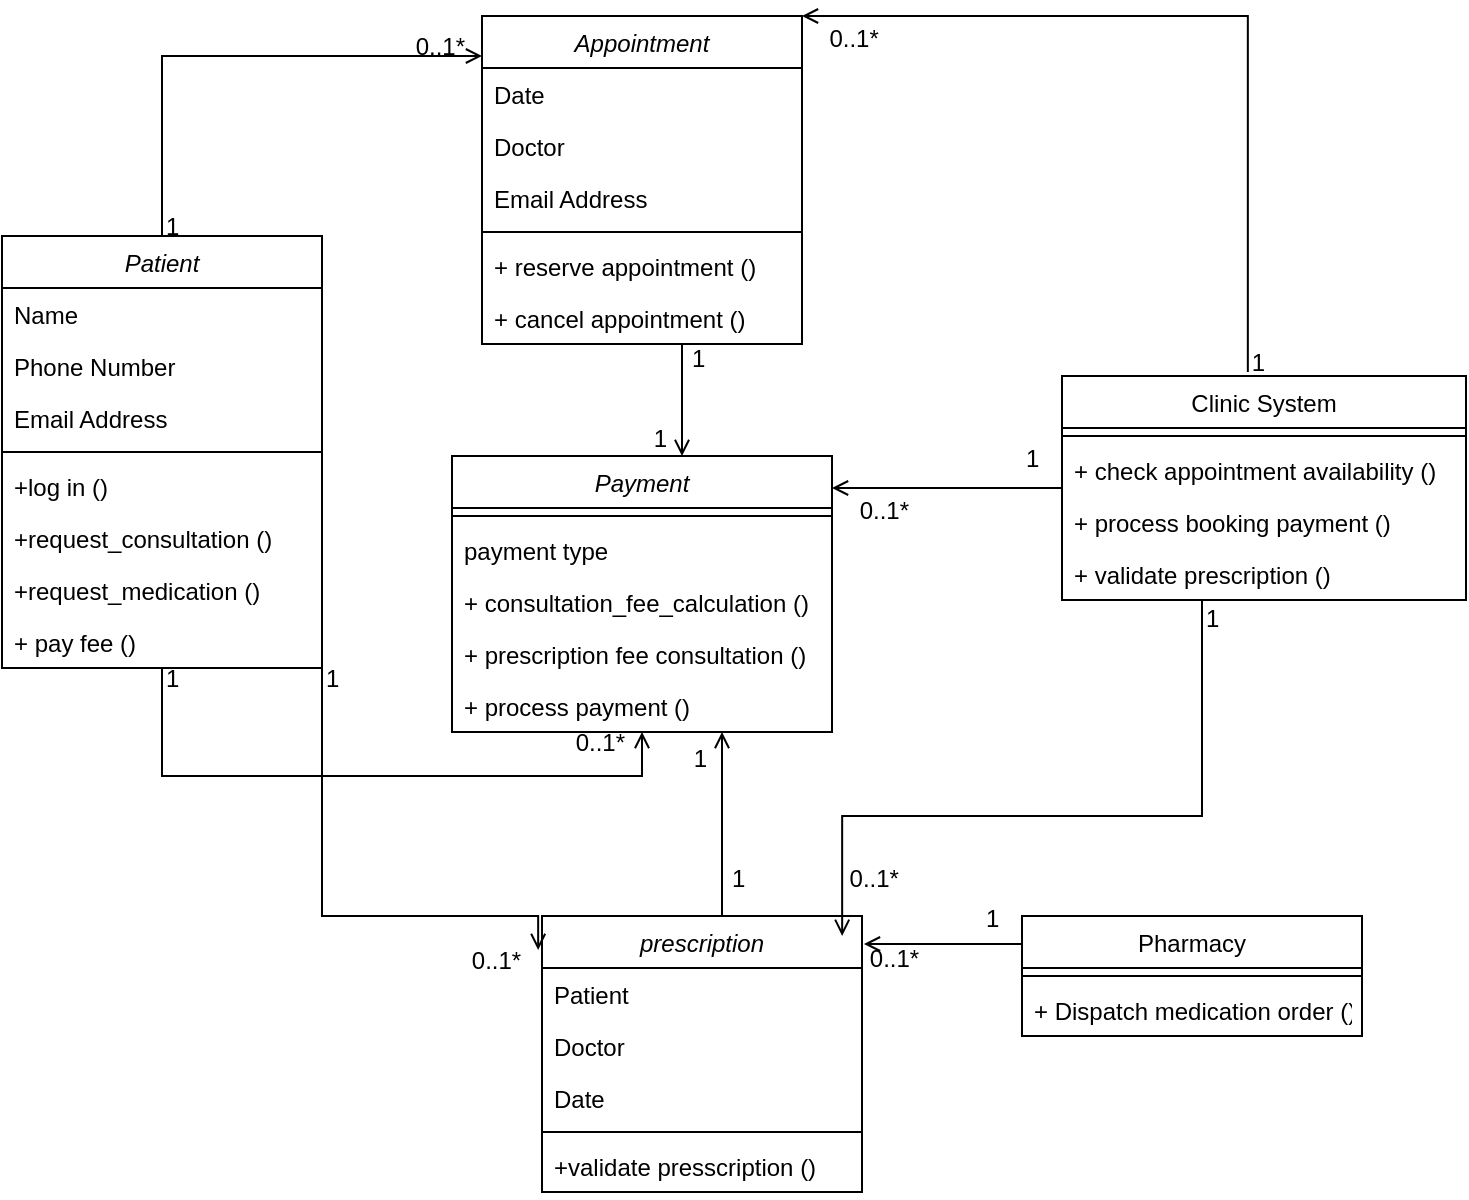
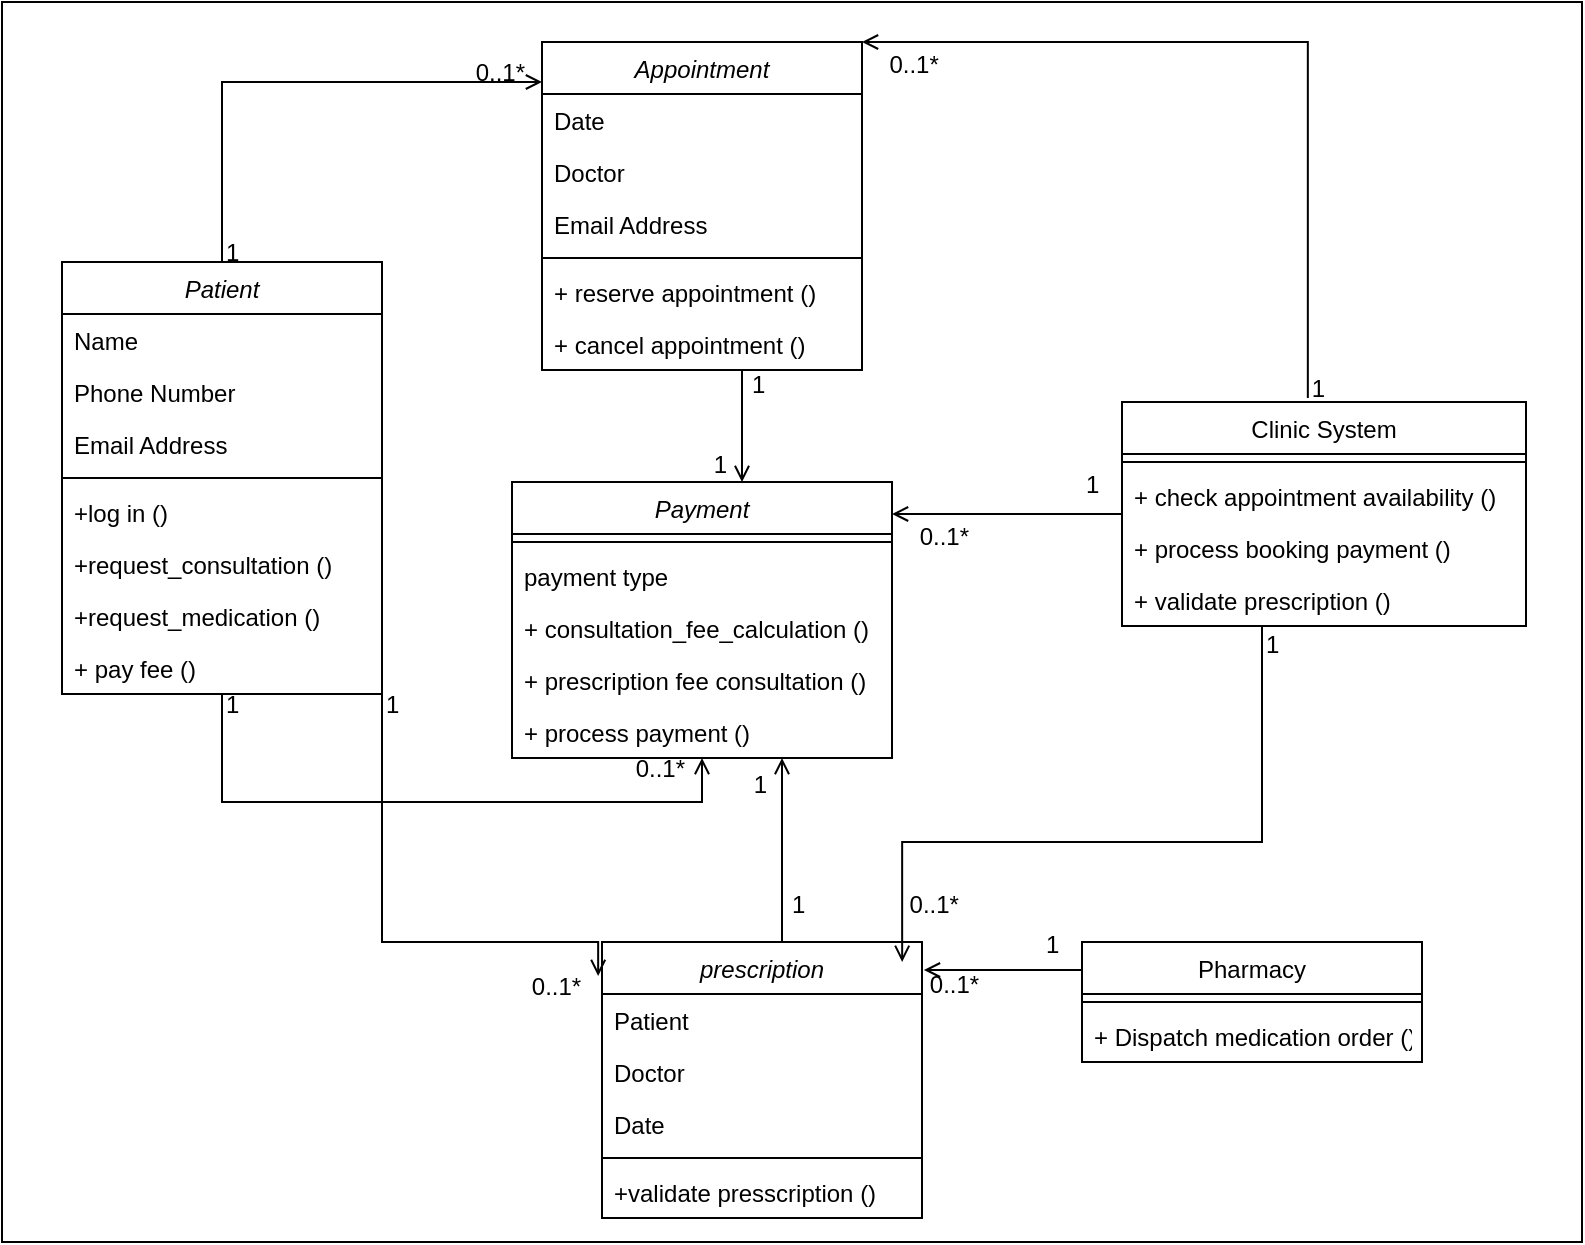
<mxfile host="app.diagrams.net">
  <diagram id="C5RBs43oDa-KdzZeNtuy" name="Page-1">
-     <mxGraphModel dx="918" dy="612" grid="1" gridSize="10" guides="1" tooltips="1" connect="1" arrows="1" fold="1" page="1" pageScale="1" pageWidth="827" pageHeight="1169" math="0" shadow="0">
+     <mxGraphModel dx="918" dy="612" grid="1" gridSize="10" guides="1" tooltips="1" connect="1" arrows="1" fold="1" page="1" pageScale="1" pageWidth="827" pageHeight="1169" background="#FFFFFF" math="0" shadow="0">
      <root>
        <mxCell id="WIyWlLk6GJQsqaUBKTNV-0" />
        <mxCell id="WIyWlLk6GJQsqaUBKTNV-1" parent="WIyWlLk6GJQsqaUBKTNV-0" />
+         <mxCell id="zUGOdBidoQ1mzP6aww-m-0" parent="WIyWlLk6GJQsqaUBKTNV-1" style="rounded=0;whiteSpace=wrap;html=1;" value="" vertex="1">
+           <mxGeometry height="620" width="790" x="50" y="30" as="geometry" />
+         </mxCell>
        <mxCell id="zkfFHV4jXpPFQw0GAbJ--0" parent="WIyWlLk6GJQsqaUBKTNV-1" style="swimlane;fontStyle=2;align=center;verticalAlign=top;childLayout=stackLayout;horizontal=1;startSize=26;horizontalStack=0;resizeParent=1;resizeLast=0;collapsible=1;marginBottom=0;rounded=0;shadow=0;strokeWidth=1;" value="Patient" vertex="1">
          <mxGeometry height="216" width="160" x="80" y="160" as="geometry">
            <mxRectangle height="26" width="160" x="230" y="140" as="alternateBounds" />
          </mxGeometry>
        </mxCell>
        <mxCell id="zkfFHV4jXpPFQw0GAbJ--1" parent="zkfFHV4jXpPFQw0GAbJ--0" style="text;align=left;verticalAlign=top;spacingLeft=4;spacingRight=4;overflow=hidden;rotatable=0;points=[[0,0.5],[1,0.5]];portConstraint=eastwest;" value="Name" vertex="1">
          <mxGeometry height="26" width="160" y="26" as="geometry" />
        </mxCell>
        <mxCell id="zkfFHV4jXpPFQw0GAbJ--2" parent="zkfFHV4jXpPFQw0GAbJ--0" style="text;align=left;verticalAlign=top;spacingLeft=4;spacingRight=4;overflow=hidden;rotatable=0;points=[[0,0.5],[1,0.5]];portConstraint=eastwest;rounded=0;shadow=0;html=0;" value="Phone Number" vertex="1">
          <mxGeometry height="26" width="160" y="52" as="geometry" />
        </mxCell>
        <mxCell id="zkfFHV4jXpPFQw0GAbJ--3" parent="zkfFHV4jXpPFQw0GAbJ--0" style="text;align=left;verticalAlign=top;spacingLeft=4;spacingRight=4;overflow=hidden;rotatable=0;points=[[0,0.5],[1,0.5]];portConstraint=eastwest;rounded=0;shadow=0;html=0;" value="Email Address" vertex="1">
          <mxGeometry height="26" width="160" y="78" as="geometry" />
        </mxCell>
        <mxCell id="zkfFHV4jXpPFQw0GAbJ--4" parent="zkfFHV4jXpPFQw0GAbJ--0" style="line;html=1;strokeWidth=1;align=left;verticalAlign=middle;spacingTop=-1;spacingLeft=3;spacingRight=3;rotatable=0;labelPosition=right;points=[];portConstraint=eastwest;" value="" vertex="1">
          <mxGeometry height="8" width="160" y="104" as="geometry" />
        </mxCell>
        <mxCell id="zkfFHV4jXpPFQw0GAbJ--5" parent="zkfFHV4jXpPFQw0GAbJ--0" style="text;align=left;verticalAlign=top;spacingLeft=4;spacingRight=4;overflow=hidden;rotatable=0;points=[[0,0.5],[1,0.5]];portConstraint=eastwest;" value="+log in ()" vertex="1">
          <mxGeometry height="26" width="160" y="112" as="geometry" />
        </mxCell>
        <mxCell id="5ICn-Pig0H5BUWFQXC6h-0" parent="zkfFHV4jXpPFQw0GAbJ--0" style="text;align=left;verticalAlign=top;spacingLeft=4;spacingRight=4;overflow=hidden;rotatable=0;points=[[0,0.5],[1,0.5]];portConstraint=eastwest;" value="+request_consultation ()" vertex="1">
          <mxGeometry height="26" width="160" y="138" as="geometry" />
        </mxCell>
        <mxCell id="5ICn-Pig0H5BUWFQXC6h-1" parent="zkfFHV4jXpPFQw0GAbJ--0" style="text;align=left;verticalAlign=top;spacingLeft=4;spacingRight=4;overflow=hidden;rotatable=0;points=[[0,0.5],[1,0.5]];portConstraint=eastwest;" value="+request_medication ()" vertex="1">
          <mxGeometry height="26" width="160" y="164" as="geometry" />
        </mxCell>
        <mxCell id="5ICn-Pig0H5BUWFQXC6h-2" parent="zkfFHV4jXpPFQw0GAbJ--0" style="text;align=left;verticalAlign=top;spacingLeft=4;spacingRight=4;overflow=hidden;rotatable=0;points=[[0,0.5],[1,0.5]];portConstraint=eastwest;" value="+ pay fee ()" vertex="1">
          <mxGeometry height="26" width="160" y="190" as="geometry" />
        </mxCell>
        <mxCell id="zkfFHV4jXpPFQw0GAbJ--6" parent="WIyWlLk6GJQsqaUBKTNV-1" style="swimlane;fontStyle=0;align=center;verticalAlign=top;childLayout=stackLayout;horizontal=1;startSize=26;horizontalStack=0;resizeParent=1;resizeLast=0;collapsible=1;marginBottom=0;rounded=0;shadow=0;strokeWidth=1;" value="Pharmacy&#xa;" vertex="1">
          <mxGeometry height="60" width="170" x="590" y="500" as="geometry">
            <mxRectangle height="26" width="160" x="130" y="380" as="alternateBounds" />
          </mxGeometry>
        </mxCell>
        <mxCell id="zkfFHV4jXpPFQw0GAbJ--9" parent="zkfFHV4jXpPFQw0GAbJ--6" style="line;html=1;strokeWidth=1;align=left;verticalAlign=middle;spacingTop=-1;spacingLeft=3;spacingRight=3;rotatable=0;labelPosition=right;points=[];portConstraint=eastwest;" value="" vertex="1">
          <mxGeometry height="8" width="170" y="26" as="geometry" />
        </mxCell>
        <mxCell id="zkfFHV4jXpPFQw0GAbJ--11" parent="zkfFHV4jXpPFQw0GAbJ--6" style="text;align=left;verticalAlign=top;spacingLeft=4;spacingRight=4;overflow=hidden;rotatable=0;points=[[0,0.5],[1,0.5]];portConstraint=eastwest;" value="+ Dispatch medication order () " vertex="1">
          <mxGeometry height="26" width="170" y="34" as="geometry" />
        </mxCell>
        <mxCell id="zkfFHV4jXpPFQw0GAbJ--17" parent="WIyWlLk6GJQsqaUBKTNV-1" style="swimlane;fontStyle=0;align=center;verticalAlign=top;childLayout=stackLayout;horizontal=1;startSize=26;horizontalStack=0;resizeParent=1;resizeLast=0;collapsible=1;marginBottom=0;rounded=0;shadow=0;strokeWidth=1;" value="Clinic System" vertex="1">
          <mxGeometry height="112" width="202" x="610" y="230" as="geometry">
            <mxRectangle height="26" width="160" x="550" y="140" as="alternateBounds" />
          </mxGeometry>
        </mxCell>
        <mxCell id="zkfFHV4jXpPFQw0GAbJ--23" parent="zkfFHV4jXpPFQw0GAbJ--17" style="line;html=1;strokeWidth=1;align=left;verticalAlign=middle;spacingTop=-1;spacingLeft=3;spacingRight=3;rotatable=0;labelPosition=right;points=[];portConstraint=eastwest;" value="" vertex="1">
          <mxGeometry height="8" width="202" y="26" as="geometry" />
        </mxCell>
        <mxCell id="zkfFHV4jXpPFQw0GAbJ--18" parent="zkfFHV4jXpPFQw0GAbJ--17" style="text;align=left;verticalAlign=top;spacingLeft=4;spacingRight=4;overflow=hidden;rotatable=0;points=[[0,0.5],[1,0.5]];portConstraint=eastwest;" value="+ check appointment availability ()" vertex="1">
          <mxGeometry height="26" width="202" y="34" as="geometry" />
        </mxCell>
        <mxCell id="zkfFHV4jXpPFQw0GAbJ--19" parent="zkfFHV4jXpPFQw0GAbJ--17" style="text;align=left;verticalAlign=top;spacingLeft=4;spacingRight=4;overflow=hidden;rotatable=0;points=[[0,0.5],[1,0.5]];portConstraint=eastwest;rounded=0;shadow=0;html=0;" value="+ process booking payment ()" vertex="1">
          <mxGeometry height="26" width="202" y="60" as="geometry" />
        </mxCell>
        <mxCell id="zkfFHV4jXpPFQw0GAbJ--20" parent="zkfFHV4jXpPFQw0GAbJ--17" style="text;align=left;verticalAlign=top;spacingLeft=4;spacingRight=4;overflow=hidden;rotatable=0;points=[[0,0.5],[1,0.5]];portConstraint=eastwest;rounded=0;shadow=0;html=0;" value="+ validate prescription () " vertex="1">
          <mxGeometry height="26" width="202" y="86" as="geometry" />
        </mxCell>
        <mxCell id="zkfFHV4jXpPFQw0GAbJ--26" edge="1" parent="WIyWlLk6GJQsqaUBKTNV-1" source="zkfFHV4jXpPFQw0GAbJ--0" style="endArrow=open;shadow=0;strokeWidth=1;rounded=0;curved=0;endFill=1;edgeStyle=elbowEdgeStyle;elbow=vertical;" target="5ICn-Pig0H5BUWFQXC6h-16" value="">
          <mxGeometry relative="1" x="0.5" y="41" as="geometry">
            <mxPoint x="-40" y="32" as="offset" />
            <Array as="points">
              <mxPoint x="160" y="70" />
            </Array>
            <mxPoint x="430" y="30" as="sourcePoint" />
            <mxPoint x="648" y="30" as="targetPoint" />
          </mxGeometry>
        </mxCell>
        <mxCell id="zkfFHV4jXpPFQw0GAbJ--27" connectable="0" parent="zkfFHV4jXpPFQw0GAbJ--26" style="resizable=0;align=left;verticalAlign=bottom;labelBackgroundColor=none;fontSize=12;" value="1" vertex="1">
          <mxGeometry relative="1" x="-1" as="geometry">
            <mxPoint y="4" as="offset" />
          </mxGeometry>
        </mxCell>
        <mxCell id="zkfFHV4jXpPFQw0GAbJ--28" connectable="0" parent="zkfFHV4jXpPFQw0GAbJ--26" style="resizable=0;align=right;verticalAlign=bottom;labelBackgroundColor=none;fontSize=12;" value="0..1*" vertex="1">
          <mxGeometry relative="1" x="1" as="geometry">
            <mxPoint x="-7" y="4" as="offset" />
          </mxGeometry>
        </mxCell>
        <mxCell id="5ICn-Pig0H5BUWFQXC6h-16" parent="WIyWlLk6GJQsqaUBKTNV-1" style="swimlane;fontStyle=2;align=center;verticalAlign=top;childLayout=stackLayout;horizontal=1;startSize=26;horizontalStack=0;resizeParent=1;resizeLast=0;collapsible=1;marginBottom=0;rounded=0;shadow=0;strokeWidth=1;" value="Appointment" vertex="1">
          <mxGeometry height="164" width="160" x="320" y="50" as="geometry">
            <mxRectangle height="26" width="160" x="230" y="140" as="alternateBounds" />
          </mxGeometry>
        </mxCell>
        <mxCell id="5ICn-Pig0H5BUWFQXC6h-17" parent="5ICn-Pig0H5BUWFQXC6h-16" style="text;align=left;verticalAlign=top;spacingLeft=4;spacingRight=4;overflow=hidden;rotatable=0;points=[[0,0.5],[1,0.5]];portConstraint=eastwest;" value="Date" vertex="1">
          <mxGeometry height="26" width="160" y="26" as="geometry" />
        </mxCell>
        <mxCell id="5ICn-Pig0H5BUWFQXC6h-18" parent="5ICn-Pig0H5BUWFQXC6h-16" style="text;align=left;verticalAlign=top;spacingLeft=4;spacingRight=4;overflow=hidden;rotatable=0;points=[[0,0.5],[1,0.5]];portConstraint=eastwest;rounded=0;shadow=0;html=0;" value="Doctor" vertex="1">
          <mxGeometry height="26" width="160" y="52" as="geometry" />
        </mxCell>
        <mxCell id="5ICn-Pig0H5BUWFQXC6h-19" parent="5ICn-Pig0H5BUWFQXC6h-16" style="text;align=left;verticalAlign=top;spacingLeft=4;spacingRight=4;overflow=hidden;rotatable=0;points=[[0,0.5],[1,0.5]];portConstraint=eastwest;rounded=0;shadow=0;html=0;" value="Email Address" vertex="1">
          <mxGeometry height="26" width="160" y="78" as="geometry" />
        </mxCell>
        <mxCell id="5ICn-Pig0H5BUWFQXC6h-20" parent="5ICn-Pig0H5BUWFQXC6h-16" style="line;html=1;strokeWidth=1;align=left;verticalAlign=middle;spacingTop=-1;spacingLeft=3;spacingRight=3;rotatable=0;labelPosition=right;points=[];portConstraint=eastwest;" value="" vertex="1">
          <mxGeometry height="8" width="160" y="104" as="geometry" />
        </mxCell>
        <mxCell id="5ICn-Pig0H5BUWFQXC6h-21" parent="5ICn-Pig0H5BUWFQXC6h-16" style="text;align=left;verticalAlign=top;spacingLeft=4;spacingRight=4;overflow=hidden;rotatable=0;points=[[0,0.5],[1,0.5]];portConstraint=eastwest;" value="+ reserve appointment () " vertex="1">
          <mxGeometry height="26" width="160" y="112" as="geometry" />
        </mxCell>
        <mxCell id="5ICn-Pig0H5BUWFQXC6h-22" parent="5ICn-Pig0H5BUWFQXC6h-16" style="text;align=left;verticalAlign=top;spacingLeft=4;spacingRight=4;overflow=hidden;rotatable=0;points=[[0,0.5],[1,0.5]];portConstraint=eastwest;" value="+ cancel appointment ()" vertex="1">
          <mxGeometry height="26" width="160" y="138" as="geometry" />
        </mxCell>
        <mxCell id="5ICn-Pig0H5BUWFQXC6h-25" parent="WIyWlLk6GJQsqaUBKTNV-1" style="swimlane;fontStyle=2;align=center;verticalAlign=top;childLayout=stackLayout;horizontal=1;startSize=26;horizontalStack=0;resizeParent=1;resizeLast=0;collapsible=1;marginBottom=0;rounded=0;shadow=0;strokeWidth=1;" value="Payment" vertex="1">
          <mxGeometry height="138" width="190" x="305" y="270" as="geometry">
            <mxRectangle height="26" width="160" x="230" y="140" as="alternateBounds" />
          </mxGeometry>
        </mxCell>
        <mxCell id="5ICn-Pig0H5BUWFQXC6h-29" parent="5ICn-Pig0H5BUWFQXC6h-25" style="line;html=1;strokeWidth=1;align=left;verticalAlign=middle;spacingTop=-1;spacingLeft=3;spacingRight=3;rotatable=0;labelPosition=right;points=[];portConstraint=eastwest;" value="" vertex="1">
          <mxGeometry height="8" width="190" y="26" as="geometry" />
        </mxCell>
        <mxCell id="5ICn-Pig0H5BUWFQXC6h-26" parent="5ICn-Pig0H5BUWFQXC6h-25" style="text;align=left;verticalAlign=top;spacingLeft=4;spacingRight=4;overflow=hidden;rotatable=0;points=[[0,0.5],[1,0.5]];portConstraint=eastwest;" value="payment type" vertex="1">
          <mxGeometry height="26" width="190" y="34" as="geometry" />
        </mxCell>
        <mxCell id="5ICn-Pig0H5BUWFQXC6h-30" parent="5ICn-Pig0H5BUWFQXC6h-25" style="text;align=left;verticalAlign=top;spacingLeft=4;spacingRight=4;overflow=hidden;rotatable=0;points=[[0,0.5],[1,0.5]];portConstraint=eastwest;" value="+ consultation_fee_calculation () " vertex="1">
          <mxGeometry height="26" width="190" y="60" as="geometry" />
        </mxCell>
        <mxCell id="5ICn-Pig0H5BUWFQXC6h-31" parent="5ICn-Pig0H5BUWFQXC6h-25" style="text;align=left;verticalAlign=top;spacingLeft=4;spacingRight=4;overflow=hidden;rotatable=0;points=[[0,0.5],[1,0.5]];portConstraint=eastwest;" value="+ prescription fee consultation ()" vertex="1">
          <mxGeometry height="26" width="190" y="86" as="geometry" />
        </mxCell>
        <mxCell id="5ICn-Pig0H5BUWFQXC6h-32" parent="5ICn-Pig0H5BUWFQXC6h-25" style="text;align=left;verticalAlign=top;spacingLeft=4;spacingRight=4;overflow=hidden;rotatable=0;points=[[0,0.5],[1,0.5]];portConstraint=eastwest;" value="+ process payment ()" vertex="1">
          <mxGeometry height="26" width="190" y="112" as="geometry" />
        </mxCell>
        <mxCell id="5ICn-Pig0H5BUWFQXC6h-33" parent="WIyWlLk6GJQsqaUBKTNV-1" style="swimlane;fontStyle=2;align=center;verticalAlign=top;childLayout=stackLayout;horizontal=1;startSize=26;horizontalStack=0;resizeParent=1;resizeLast=0;collapsible=1;marginBottom=0;rounded=0;shadow=0;strokeWidth=1;" value="prescription" vertex="1">
          <mxGeometry height="138" width="160" x="350" y="500" as="geometry">
            <mxRectangle height="26" width="160" x="230" y="140" as="alternateBounds" />
          </mxGeometry>
        </mxCell>
        <mxCell id="5ICn-Pig0H5BUWFQXC6h-34" parent="5ICn-Pig0H5BUWFQXC6h-33" style="text;align=left;verticalAlign=top;spacingLeft=4;spacingRight=4;overflow=hidden;rotatable=0;points=[[0,0.5],[1,0.5]];portConstraint=eastwest;" value="Patient" vertex="1">
          <mxGeometry height="26" width="160" y="26" as="geometry" />
        </mxCell>
        <mxCell id="5ICn-Pig0H5BUWFQXC6h-35" parent="5ICn-Pig0H5BUWFQXC6h-33" style="text;align=left;verticalAlign=top;spacingLeft=4;spacingRight=4;overflow=hidden;rotatable=0;points=[[0,0.5],[1,0.5]];portConstraint=eastwest;rounded=0;shadow=0;html=0;" value="Doctor" vertex="1">
          <mxGeometry height="26" width="160" y="52" as="geometry" />
        </mxCell>
        <mxCell id="5ICn-Pig0H5BUWFQXC6h-36" parent="5ICn-Pig0H5BUWFQXC6h-33" style="text;align=left;verticalAlign=top;spacingLeft=4;spacingRight=4;overflow=hidden;rotatable=0;points=[[0,0.5],[1,0.5]];portConstraint=eastwest;rounded=0;shadow=0;html=0;" value="Date" vertex="1">
          <mxGeometry height="26" width="160" y="78" as="geometry" />
        </mxCell>
        <mxCell id="5ICn-Pig0H5BUWFQXC6h-37" parent="5ICn-Pig0H5BUWFQXC6h-33" style="line;html=1;strokeWidth=1;align=left;verticalAlign=middle;spacingTop=-1;spacingLeft=3;spacingRight=3;rotatable=0;labelPosition=right;points=[];portConstraint=eastwest;" value="" vertex="1">
          <mxGeometry height="8" width="160" y="104" as="geometry" />
        </mxCell>
        <mxCell id="5ICn-Pig0H5BUWFQXC6h-38" parent="5ICn-Pig0H5BUWFQXC6h-33" style="text;align=left;verticalAlign=top;spacingLeft=4;spacingRight=4;overflow=hidden;rotatable=0;points=[[0,0.5],[1,0.5]];portConstraint=eastwest;" value="+validate presscription ()" vertex="1">
          <mxGeometry height="26" width="160" y="112" as="geometry" />
        </mxCell>
        <mxCell id="5ICn-Pig0H5BUWFQXC6h-42" edge="1" parent="WIyWlLk6GJQsqaUBKTNV-1" source="zkfFHV4jXpPFQw0GAbJ--0" style="endArrow=open;shadow=0;strokeWidth=1;rounded=0;curved=0;endFill=1;edgeStyle=elbowEdgeStyle;elbow=vertical;" target="5ICn-Pig0H5BUWFQXC6h-25" value="">
          <mxGeometry relative="1" x="0.5" y="41" as="geometry">
            <mxPoint x="-40" y="32" as="offset" />
            <Array as="points">
              <mxPoint x="290" y="430" />
            </Array>
            <mxPoint x="210" y="150" as="sourcePoint" />
            <mxPoint x="370" y="60" as="targetPoint" />
          </mxGeometry>
        </mxCell>
        <mxCell id="5ICn-Pig0H5BUWFQXC6h-43" connectable="0" parent="5ICn-Pig0H5BUWFQXC6h-42" style="resizable=0;align=left;verticalAlign=bottom;labelBackgroundColor=none;fontSize=12;" value="1" vertex="1">
          <mxGeometry relative="1" x="-1" as="geometry">
            <mxPoint y="14" as="offset" />
          </mxGeometry>
        </mxCell>
        <mxCell id="5ICn-Pig0H5BUWFQXC6h-44" connectable="0" parent="5ICn-Pig0H5BUWFQXC6h-42" style="resizable=0;align=right;verticalAlign=bottom;labelBackgroundColor=none;fontSize=12;" value="0..1*" vertex="1">
          <mxGeometry relative="1" x="1" as="geometry">
            <mxPoint x="-7" y="14" as="offset" />
          </mxGeometry>
        </mxCell>
        <mxCell id="5ICn-Pig0H5BUWFQXC6h-45" edge="1" parent="WIyWlLk6GJQsqaUBKTNV-1" source="5ICn-Pig0H5BUWFQXC6h-16" style="endArrow=open;shadow=0;strokeWidth=1;rounded=0;curved=0;endFill=1;edgeStyle=elbowEdgeStyle;elbow=vertical;" target="5ICn-Pig0H5BUWFQXC6h-25" value="">
          <mxGeometry relative="1" x="0.5" y="41" as="geometry">
            <mxPoint x="-40" y="32" as="offset" />
            <Array as="points">
              <mxPoint x="420" y="250" />
            </Array>
            <mxPoint x="540" y="468" as="sourcePoint" />
            <mxPoint x="600" y="240" as="targetPoint" />
          </mxGeometry>
        </mxCell>
        <mxCell id="5ICn-Pig0H5BUWFQXC6h-46" connectable="0" parent="5ICn-Pig0H5BUWFQXC6h-45" style="resizable=0;align=left;verticalAlign=bottom;labelBackgroundColor=none;fontSize=12;" value="1" vertex="1">
          <mxGeometry relative="1" x="-1" as="geometry">
            <mxPoint x="3" y="16" as="offset" />
          </mxGeometry>
        </mxCell>
        <mxCell id="5ICn-Pig0H5BUWFQXC6h-47" connectable="0" parent="5ICn-Pig0H5BUWFQXC6h-45" style="resizable=0;align=right;verticalAlign=bottom;labelBackgroundColor=none;fontSize=12;" value="1" vertex="1">
          <mxGeometry relative="1" x="1" as="geometry">
            <mxPoint x="-6" as="offset" />
          </mxGeometry>
        </mxCell>
        <mxCell id="5ICn-Pig0H5BUWFQXC6h-48" edge="1" parent="WIyWlLk6GJQsqaUBKTNV-1" source="zkfFHV4jXpPFQw0GAbJ--0" style="endArrow=open;shadow=0;strokeWidth=1;rounded=0;curved=0;endFill=1;edgeStyle=elbowEdgeStyle;elbow=vertical;entryX=-0.012;entryY=0.123;entryDx=0;entryDy=0;entryPerimeter=0;" target="5ICn-Pig0H5BUWFQXC6h-33" value="">
          <mxGeometry relative="1" x="0.5" y="41" as="geometry">
            <mxPoint x="-40" y="32" as="offset" />
            <Array as="points">
              <mxPoint x="240" y="500" />
            </Array>
            <mxPoint x="210" y="430" as="sourcePoint" />
            <mxPoint x="450" y="462" as="targetPoint" />
          </mxGeometry>
        </mxCell>
        <mxCell id="5ICn-Pig0H5BUWFQXC6h-49" connectable="0" parent="5ICn-Pig0H5BUWFQXC6h-48" style="resizable=0;align=left;verticalAlign=bottom;labelBackgroundColor=none;fontSize=12;" value="1" vertex="1">
          <mxGeometry relative="1" x="-1" as="geometry">
            <mxPoint y="14" as="offset" />
          </mxGeometry>
        </mxCell>
        <mxCell id="5ICn-Pig0H5BUWFQXC6h-50" connectable="0" parent="5ICn-Pig0H5BUWFQXC6h-48" style="resizable=0;align=right;verticalAlign=bottom;labelBackgroundColor=none;fontSize=12;" value="0..1*" vertex="1">
          <mxGeometry relative="1" x="1" as="geometry">
            <mxPoint x="-7" y="14" as="offset" />
          </mxGeometry>
        </mxCell>
        <mxCell id="5ICn-Pig0H5BUWFQXC6h-51" edge="1" parent="WIyWlLk6GJQsqaUBKTNV-1" source="5ICn-Pig0H5BUWFQXC6h-33" style="endArrow=open;shadow=0;strokeWidth=1;rounded=0;curved=0;endFill=1;edgeStyle=elbowEdgeStyle;elbow=vertical;" target="5ICn-Pig0H5BUWFQXC6h-25" value="">
          <mxGeometry relative="1" x="0.5" y="41" as="geometry">
            <mxPoint x="-40" y="32" as="offset" />
            <Array as="points">
              <mxPoint x="440" y="440" />
            </Array>
            <mxPoint x="620" y="250" as="sourcePoint" />
            <mxPoint x="620" y="306" as="targetPoint" />
          </mxGeometry>
        </mxCell>
        <mxCell id="5ICn-Pig0H5BUWFQXC6h-52" connectable="0" parent="5ICn-Pig0H5BUWFQXC6h-51" style="resizable=0;align=left;verticalAlign=bottom;labelBackgroundColor=none;fontSize=12;" value="1" vertex="1">
          <mxGeometry relative="1" x="-1" as="geometry">
            <mxPoint x="3" y="-10" as="offset" />
          </mxGeometry>
        </mxCell>
        <mxCell id="5ICn-Pig0H5BUWFQXC6h-53" connectable="0" parent="5ICn-Pig0H5BUWFQXC6h-51" style="resizable=0;align=right;verticalAlign=bottom;labelBackgroundColor=none;fontSize=12;" value="1" vertex="1">
          <mxGeometry relative="1" x="1" as="geometry">
            <mxPoint x="-6" y="22" as="offset" />
          </mxGeometry>
        </mxCell>
        <mxCell id="5ICn-Pig0H5BUWFQXC6h-54" edge="1" parent="WIyWlLk6GJQsqaUBKTNV-1" source="zkfFHV4jXpPFQw0GAbJ--6" style="endArrow=open;shadow=0;strokeWidth=1;rounded=0;curved=0;endFill=1;edgeStyle=elbowEdgeStyle;elbow=vertical;entryX=1.006;entryY=0.101;entryDx=0;entryDy=0;entryPerimeter=0;" target="5ICn-Pig0H5BUWFQXC6h-33" value="">
          <mxGeometry relative="1" x="0.5" y="41" as="geometry">
            <mxPoint x="-40" y="32" as="offset" />
            <Array as="points">
              <mxPoint x="640" y="514" />
            </Array>
            <mxPoint x="560" y="170" as="sourcePoint" />
            <mxPoint x="720" y="80" as="targetPoint" />
          </mxGeometry>
        </mxCell>
        <mxCell id="5ICn-Pig0H5BUWFQXC6h-55" connectable="0" parent="5ICn-Pig0H5BUWFQXC6h-54" style="resizable=0;align=left;verticalAlign=bottom;labelBackgroundColor=none;fontSize=12;" value="1" vertex="1">
          <mxGeometry relative="1" x="-1" as="geometry">
            <mxPoint x="-20" y="-4" as="offset" />
          </mxGeometry>
        </mxCell>
        <mxCell id="5ICn-Pig0H5BUWFQXC6h-56" connectable="0" parent="5ICn-Pig0H5BUWFQXC6h-54" style="resizable=0;align=right;verticalAlign=bottom;labelBackgroundColor=none;fontSize=12;" value="0..1*" vertex="1">
          <mxGeometry relative="1" x="1" as="geometry">
            <mxPoint x="19" y="-24" as="offset" />
          </mxGeometry>
        </mxCell>
        <mxCell id="5ICn-Pig0H5BUWFQXC6h-57" edge="1" parent="WIyWlLk6GJQsqaUBKTNV-1" source="zkfFHV4jXpPFQw0GAbJ--17" style="endArrow=open;shadow=0;strokeWidth=1;rounded=0;curved=0;endFill=1;edgeStyle=elbowEdgeStyle;elbow=vertical;exitX=0.46;exitY=-0.018;exitDx=0;exitDy=0;exitPerimeter=0;entryX=1;entryY=0;entryDx=0;entryDy=0;" target="5ICn-Pig0H5BUWFQXC6h-16" value="">
          <mxGeometry relative="1" x="0.5" y="41" as="geometry">
            <mxPoint x="-40" y="32" as="offset" />
            <Array as="points">
              <mxPoint x="590" y="50" />
            </Array>
            <mxPoint x="631" y="177" as="sourcePoint" />
            <mxPoint x="791" y="87" as="targetPoint" />
          </mxGeometry>
        </mxCell>
        <mxCell id="5ICn-Pig0H5BUWFQXC6h-58" connectable="0" parent="5ICn-Pig0H5BUWFQXC6h-57" style="resizable=0;align=left;verticalAlign=bottom;labelBackgroundColor=none;fontSize=12;" value="1" vertex="1">
          <mxGeometry relative="1" x="-1" as="geometry">
            <mxPoint y="4" as="offset" />
          </mxGeometry>
        </mxCell>
        <mxCell id="5ICn-Pig0H5BUWFQXC6h-59" connectable="0" parent="5ICn-Pig0H5BUWFQXC6h-57" style="resizable=0;align=right;verticalAlign=bottom;labelBackgroundColor=none;fontSize=12;" value="0..1*" vertex="1">
          <mxGeometry relative="1" x="1" as="geometry">
            <mxPoint x="40" y="20" as="offset" />
          </mxGeometry>
        </mxCell>
        <mxCell id="5ICn-Pig0H5BUWFQXC6h-60" edge="1" parent="WIyWlLk6GJQsqaUBKTNV-1" source="zkfFHV4jXpPFQw0GAbJ--17" style="endArrow=open;shadow=0;strokeWidth=1;rounded=0;curved=0;endFill=1;edgeStyle=elbowEdgeStyle;elbow=vertical;" target="5ICn-Pig0H5BUWFQXC6h-25" value="">
          <mxGeometry relative="1" x="0.5" y="41" as="geometry">
            <mxPoint x="-40" y="32" as="offset" />
            <Array as="points">
              <mxPoint x="586.96" y="286" />
            </Array>
            <mxPoint x="605" y="284.96" as="sourcePoint" />
            <mxPoint x="495" y="287.03999999999996" as="targetPoint" />
          </mxGeometry>
        </mxCell>
        <mxCell id="5ICn-Pig0H5BUWFQXC6h-61" connectable="0" parent="5ICn-Pig0H5BUWFQXC6h-60" style="resizable=0;align=left;verticalAlign=bottom;labelBackgroundColor=none;fontSize=12;" value="1" vertex="1">
          <mxGeometry relative="1" x="-1" as="geometry">
            <mxPoint x="-20" y="-6" as="offset" />
          </mxGeometry>
        </mxCell>
        <mxCell id="5ICn-Pig0H5BUWFQXC6h-62" connectable="0" parent="5ICn-Pig0H5BUWFQXC6h-60" style="resizable=0;align=right;verticalAlign=bottom;labelBackgroundColor=none;fontSize=12;" value="0..1*" vertex="1">
          <mxGeometry relative="1" x="1" as="geometry">
            <mxPoint x="40" y="20" as="offset" />
          </mxGeometry>
        </mxCell>
        <mxCell id="5ICn-Pig0H5BUWFQXC6h-63" edge="1" parent="WIyWlLk6GJQsqaUBKTNV-1" source="zkfFHV4jXpPFQw0GAbJ--17" style="endArrow=open;shadow=0;strokeWidth=1;rounded=0;curved=0;endFill=1;edgeStyle=elbowEdgeStyle;elbow=vertical;entryX=0.938;entryY=0.072;entryDx=0;entryDy=0;entryPerimeter=0;" target="5ICn-Pig0H5BUWFQXC6h-33" value="">
          <mxGeometry relative="1" x="0.5" y="41" as="geometry">
            <mxPoint x="-40" y="32" as="offset" />
            <Array as="points">
              <mxPoint x="680" y="450" />
            </Array>
            <mxPoint x="923" y="298" as="sourcePoint" />
            <mxPoint x="700" y="120" as="targetPoint" />
          </mxGeometry>
        </mxCell>
        <mxCell id="5ICn-Pig0H5BUWFQXC6h-64" connectable="0" parent="5ICn-Pig0H5BUWFQXC6h-63" style="resizable=0;align=left;verticalAlign=bottom;labelBackgroundColor=none;fontSize=12;" value="1" vertex="1">
          <mxGeometry relative="1" x="-1" as="geometry">
            <mxPoint y="18" as="offset" />
          </mxGeometry>
        </mxCell>
        <mxCell id="5ICn-Pig0H5BUWFQXC6h-65" connectable="0" parent="5ICn-Pig0H5BUWFQXC6h-63" style="resizable=0;align=right;verticalAlign=bottom;labelBackgroundColor=none;fontSize=12;" value="0..1*" vertex="1">
          <mxGeometry relative="1" x="1" as="geometry">
            <mxPoint x="40" y="20" as="offset" />
          </mxGeometry>
        </mxCell>
      </root>
    </mxGraphModel>
  </diagram>
</mxfile>
